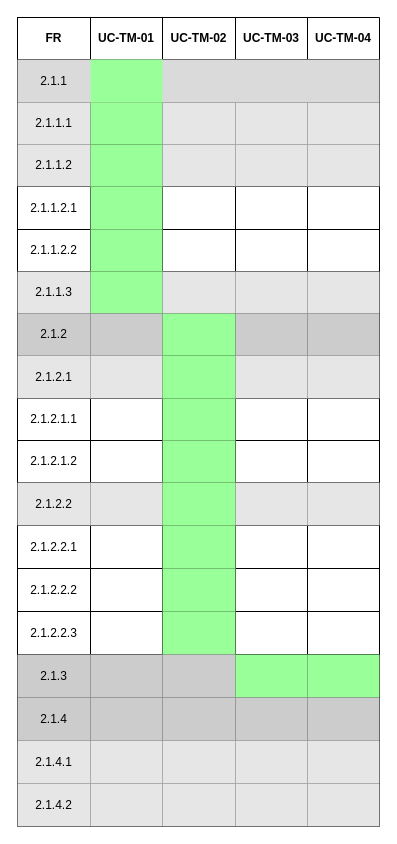
Above: page "FR2.1" (3 of 14) of docs/srs/Use_Cases/Traceability_Matrix/Traceability_Matrix.drawio in COS301-SE-2026/UMTAS (draw.io), before the change. Source tidied: cells renumbered, new cells numbered last; positions are measured from the earlier drawing's top-left corner, leaving out a move shared by most shapes. Both pictures are drawn from the tidied source at 100%, with x=0, y=0 at pixel (17, 17).
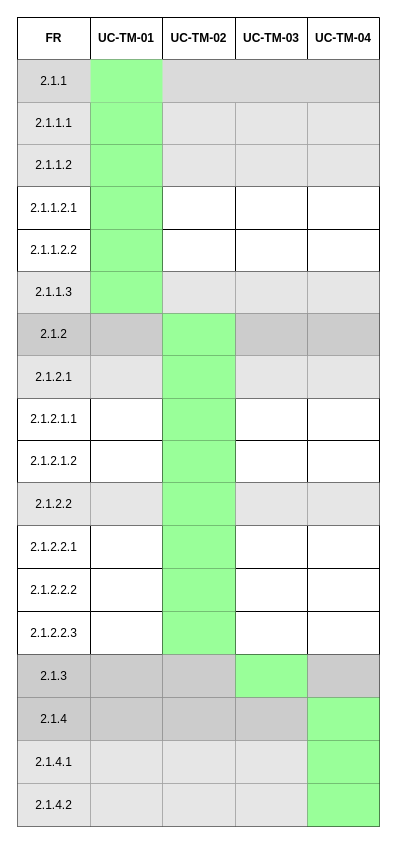
The same page after the edit.

Unchanged cells that the change refers to:
```xml
<mxCell id="93" style="shape=tableRow;horizontal=0;startSize=0;swimlaneHead=0;swimlaneBody=0;strokeColor=inherit;top=0;left=0;bottom=0;right=0;fillColor=none;" parent="2" vertex="1">
  <mxGeometry y="637" width="362" height="43" as="geometry" />
</mxCell>
<mxCell id="99" style="shape=tableRow;horizontal=0;startSize=0;swimlaneHead=0;swimlaneBody=0;strokeColor=inherit;top=0;left=0;bottom=0;right=0;fillColor=none;" parent="2" vertex="1">
  <mxGeometry y="680" width="362" height="43" as="geometry" />
</mxCell>
<mxCell id="105" style="shape=tableRow;horizontal=0;startSize=0;swimlaneHead=0;swimlaneBody=0;strokeColor=inherit;top=0;left=0;bottom=0;right=0;fillColor=none;" parent="2" vertex="1">
  <mxGeometry y="723" width="362" height="43" as="geometry" />
</mxCell>
<mxCell id="111" style="shape=tableRow;horizontal=0;startSize=0;swimlaneHead=0;swimlaneBody=0;strokeColor=inherit;top=0;left=0;bottom=0;right=0;fillColor=none;" parent="2" vertex="1">
  <mxGeometry y="766" width="362" height="43" as="geometry" />
</mxCell>
```

The edit, as a diff of the source:
```diff
@@
-    <mxCell id="98" style="shape=partialRectangle;html=1;whiteSpace=wrap;strokeColor=#000000;overflow=hidden;fillColor=#99FF99;top=0;left=0;bottom=0;right=0;" parent="93" vertex="1">
+    <mxCell id="98" style="shape=partialRectangle;html=1;whiteSpace=wrap;strokeColor=#000000;overflow=hidden;fillColor=#CCCCCC;top=0;left=0;bottom=0;right=0;" parent="93" vertex="1">
       <mxGeometry x="290" width="72" height="43" as="geometry" />
     </mxCell>
@@
-    <mxCell id="104" style="shape=partialRectangle;html=1;whiteSpace=wrap;strokeColor=#000000;overflow=hidden;fillColor=#CCCCCC;top=0;left=0;bottom=0;right=0;" parent="99" vertex="1">
+    <mxCell id="104" style="shape=partialRectangle;html=1;whiteSpace=wrap;strokeColor=#000000;overflow=hidden;fillColor=#99FF99;top=0;left=0;bottom=0;right=0;" parent="99" vertex="1">
       <mxGeometry x="290" width="72" height="43" as="geometry" />
     </mxCell>
@@
-    <mxCell id="110" style="shape=partialRectangle;html=1;whiteSpace=wrap;strokeColor=#000000;overflow=hidden;fillColor=#E6E6E6;top=0;left=0;bottom=0;right=0;" parent="105" vertex="1">
+    <mxCell id="110" style="shape=partialRectangle;html=1;whiteSpace=wrap;strokeColor=#000000;overflow=hidden;fillColor=#99FF99;top=0;left=0;bottom=0;right=0;" parent="105" vertex="1">
       <mxGeometry x="290" width="72" height="43" as="geometry" />
     </mxCell>
@@
-    <mxCell id="116" style="shape=partialRectangle;html=1;whiteSpace=wrap;strokeColor=#000000;overflow=hidden;fillColor=#E6E6E6;top=0;left=0;bottom=0;right=0;" parent="111" vertex="1">
+    <mxCell id="116" style="shape=partialRectangle;html=1;whiteSpace=wrap;strokeColor=#000000;overflow=hidden;fillColor=#99FF99;top=0;left=0;bottom=0;right=0;" parent="111" vertex="1">
       <mxGeometry x="290" width="72" height="43" as="geometry" />
     </mxCell>
```
